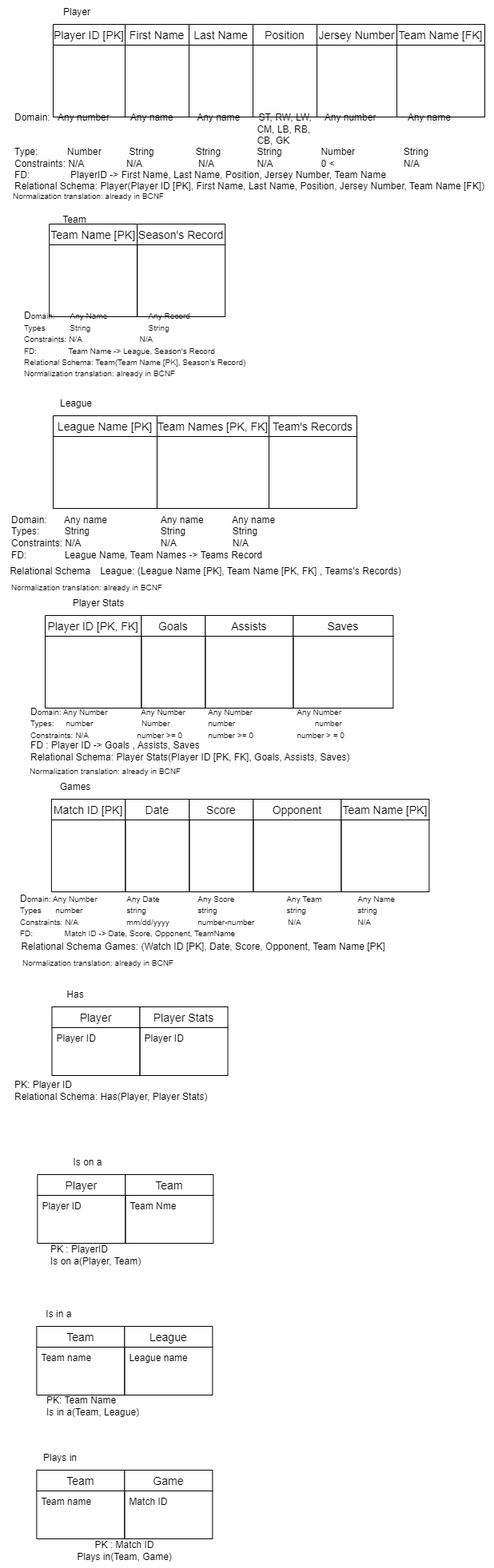
Before: Phase1/Relational Model.drawio.png, a diagram exported from draw.io (cmsc-vcu/202310-cmsc508-semester-project-cmsc508-202310-team-17). Source tidied: cells renumbered, new cells last; positions are measured from the earlier drawing's top-left corner, leaving out a move shared by most shapes.
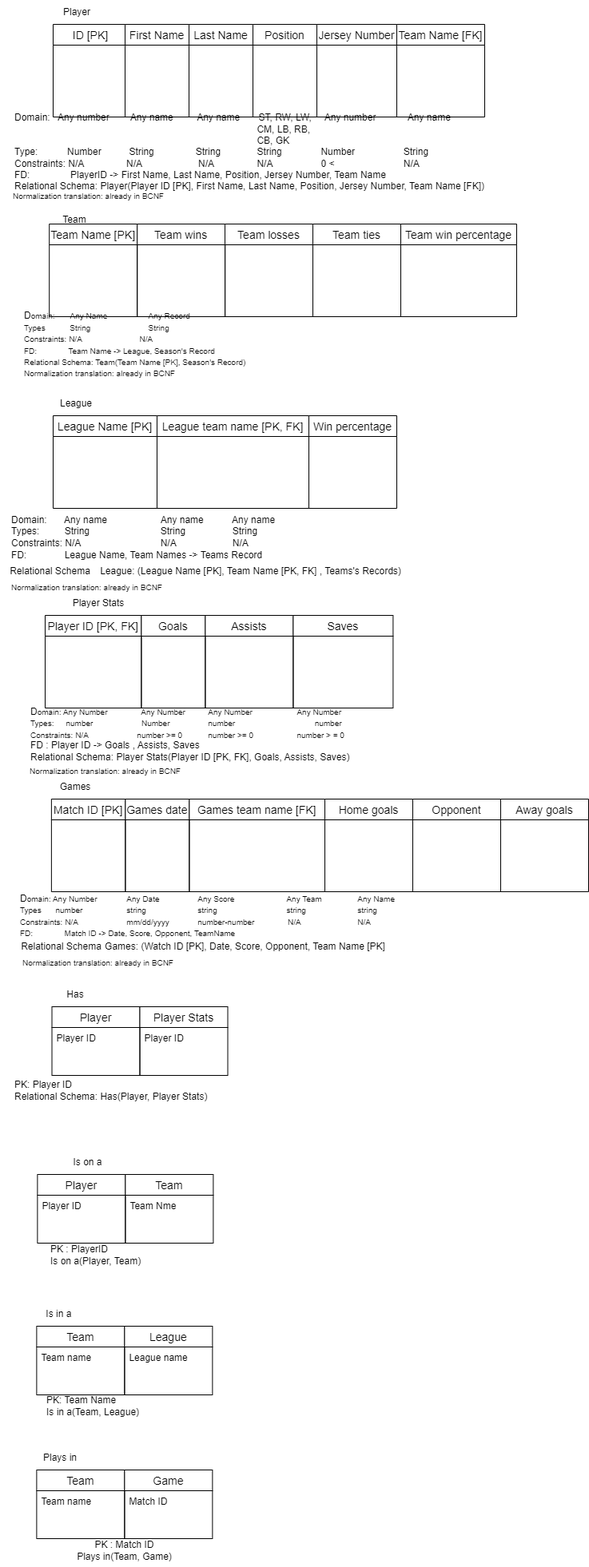
Above is the later version.

What changed in the source:
```diff
@@ -2,7 +2,7 @@
   <root>
     <mxCell id="0" />
     <mxCell id="1" parent="0" />
-    <mxCell id="2" value="Player ID [PK]" style="swimlane;fontStyle=0;horizontal=1;startSize=26;align=center;fontSize=14;" parent="1" vertex="1">
+    <mxCell id="2" value=" ID [PK]" style="swimlane;fontStyle=0;horizontal=1;startSize=26;align=center;fontSize=14;" parent="1" vertex="1">
       <mxGeometry x="66" y="30" width="90" height="116" as="geometry" />
     </mxCell>
     <mxCell id="3" value="    " style="text;strokeColor=none;fillColor=none;spacingLeft=4;spacingRight=4;overflow=hidden;fontSize=12;" parent="2" vertex="1">
@@ -89,7 +89,7 @@
     <mxCell id="30" value="    " style="text;strokeColor=none;fillColor=none;spacingLeft=4;spacingRight=4;overflow=hidden;fontSize=12;" parent="27" vertex="1">
       <mxGeometry y="86" width="110" height="30" as="geometry" />
     </mxCell>
-    <mxCell id="31" value="Season's Record" style="swimlane;fontStyle=0;horizontal=1;startSize=26;align=center;fontSize=14;" parent="1" vertex="1">
+    <mxCell id="31" value="Team wins" style="swimlane;fontStyle=0;horizontal=1;startSize=26;align=center;fontSize=14;" parent="1" vertex="1">
       <mxGeometry x="171.2" y="280" width="110" height="116" as="geometry" />
     </mxCell>
     <mxCell id="32" value="    " style="text;strokeColor=none;fillColor=none;spacingLeft=4;spacingRight=4;overflow=hidden;fontSize=12;" parent="31" vertex="1">
@@ -116,20 +116,20 @@
     <mxCell id="39" value="    " style="text;strokeColor=none;fillColor=none;spacingLeft=4;spacingRight=4;overflow=hidden;fontSize=12;" parent="36" vertex="1">
       <mxGeometry y="86" width="130" height="30" as="geometry" />
     </mxCell>
-    <mxCell id="40" value="Team Names [PK, FK]" style="swimlane;fontStyle=0;horizontal=1;startSize=26;align=center;fontSize=14;" parent="1" vertex="1">
-      <mxGeometry x="196" y="520" width="140" height="116" as="geometry" />
+    <mxCell id="40" value="League team name [PK, FK]" style="swimlane;fontStyle=0;horizontal=1;startSize=26;align=center;fontSize=14;" parent="1" vertex="1">
+      <mxGeometry x="196" y="520" width="190" height="116" as="geometry" />
     </mxCell>
     <mxCell id="41" value="    " style="text;strokeColor=none;fillColor=none;spacingLeft=4;spacingRight=4;overflow=hidden;fontSize=12;" parent="40" vertex="1">
-      <mxGeometry y="26" width="140" height="30" as="geometry" />
+      <mxGeometry y="26" width="190" height="30" as="geometry" />
     </mxCell>
     <mxCell id="42" value="    " style="text;strokeColor=none;fillColor=none;spacingLeft=4;spacingRight=4;overflow=hidden;fontSize=12;" parent="40" vertex="1">
-      <mxGeometry y="56" width="140" height="30" as="geometry" />
+      <mxGeometry y="56" width="190" height="30" as="geometry" />
     </mxCell>
     <mxCell id="43" value="    " style="text;strokeColor=none;fillColor=none;spacingLeft=4;spacingRight=4;overflow=hidden;fontSize=12;" parent="40" vertex="1">
-      <mxGeometry y="86" width="140" height="30" as="geometry" />
+      <mxGeometry y="86" width="190" height="30" as="geometry" />
     </mxCell>
-    <mxCell id="44" value="Team's Records" style="swimlane;fontStyle=0;horizontal=1;startSize=26;align=center;fontSize=14;" parent="1" vertex="1">
-      <mxGeometry x="336" y="520" width="110" height="116" as="geometry" />
+    <mxCell id="44" value="Win percentage" style="swimlane;fontStyle=0;horizontal=1;startSize=26;align=center;fontSize=14;" parent="1" vertex="1">
+      <mxGeometry x="386" y="520" width="110" height="116" as="geometry" />
     </mxCell>
     <mxCell id="45" value="    " style="text;strokeColor=none;fillColor=none;spacingLeft=4;spacingRight=4;overflow=hidden;fontSize=12;" parent="44" vertex="1">
       <mxGeometry y="26" width="110" height="30" as="geometry" />
@@ -209,7 +209,7 @@
     <mxCell id="70" value="Games" style="text;html=1;strokeColor=none;fillColor=none;align=center;verticalAlign=middle;whiteSpace=wrap;rounded=0;" parent="1" vertex="1">
       <mxGeometry x="63.9" y="970" width="60" height="30" as="geometry" />
     </mxCell>
-    <mxCell id="71" value="Date" style="swimlane;fontStyle=0;horizontal=1;startSize=26;align=center;fontSize=14;" parent="1" vertex="1">
+    <mxCell id="71" value="Games date" style="swimlane;fontStyle=0;horizontal=1;startSize=26;align=center;fontSize=14;" parent="1" vertex="1">
       <mxGeometry x="156.4" y="1000" width="80" height="116" as="geometry" />
     </mxCell>
     <mxCell id="72" value="    " style="text;strokeColor=none;fillColor=none;spacingLeft=4;spacingRight=4;overflow=hidden;fontSize=12;" parent="71" vertex="1">
@@ -221,20 +221,20 @@
     <mxCell id="74" value="    " style="text;strokeColor=none;fillColor=none;spacingLeft=4;spacingRight=4;overflow=hidden;fontSize=12;" parent="71" vertex="1">
       <mxGeometry y="86" width="80" height="30" as="geometry" />
     </mxCell>
-    <mxCell id="75" value="Score" style="swimlane;fontStyle=0;horizontal=1;startSize=26;align=center;fontSize=14;" parent="1" vertex="1">
-      <mxGeometry x="236.4" y="1000" width="80" height="116" as="geometry" />
+    <mxCell id="75" value="Games team name [FK]" style="swimlane;fontStyle=0;horizontal=1;startSize=26;align=center;fontSize=14;" parent="1" vertex="1">
+      <mxGeometry x="236.4" y="1000" width="169.6" height="116" as="geometry" />
     </mxCell>
     <mxCell id="76" value="    " style="text;strokeColor=none;fillColor=none;spacingLeft=4;spacingRight=4;overflow=hidden;fontSize=12;" parent="75" vertex="1">
-      <mxGeometry y="26" width="80" height="30" as="geometry" />
+      <mxGeometry y="26" width="169.6" height="30" as="geometry" />
     </mxCell>
     <mxCell id="77" value="    " style="text;strokeColor=none;fillColor=none;spacingLeft=4;spacingRight=4;overflow=hidden;fontSize=12;" parent="75" vertex="1">
-      <mxGeometry y="56" width="80" height="30" as="geometry" />
+      <mxGeometry y="56" width="169.6" height="30" as="geometry" />
     </mxCell>
     <mxCell id="78" value="    " style="text;strokeColor=none;fillColor=none;spacingLeft=4;spacingRight=4;overflow=hidden;fontSize=12;" parent="75" vertex="1">
-      <mxGeometry y="86" width="80" height="30" as="geometry" />
+      <mxGeometry y="86" width="169.6" height="30" as="geometry" />
     </mxCell>
-    <mxCell id="79" value="Opponent" style="swimlane;fontStyle=0;horizontal=1;startSize=26;align=center;fontSize=14;" parent="1" vertex="1">
-      <mxGeometry x="316.4" y="1000" width="110" height="116" as="geometry" />
+    <mxCell id="79" value="Home goals" style="swimlane;fontStyle=0;horizontal=1;startSize=26;align=center;fontSize=14;" parent="1" vertex="1">
+      <mxGeometry x="406" y="1000" width="110" height="116" as="geometry" />
     </mxCell>
     <mxCell id="80" value="    " style="text;strokeColor=none;fillColor=none;spacingLeft=4;spacingRight=4;overflow=hidden;fontSize=12;" parent="79" vertex="1">
       <mxGeometry y="26" width="110" height="30" as="geometry" />
@@ -266,8 +266,8 @@
     <mxCell id="89" value="FD : Player ID -&amp;gt; Goals , Assists, Saves&lt;br&gt;Relational Schema: Player Stats(Player ID [PK, FK], Goals, Assists, Saves)" style="text;html=1;align=left;verticalAlign=middle;strokeColor=none;fillColor=none;fontSize=12;" parent="1" vertex="1">
       <mxGeometry x="36" y="920" width="420" height="40" as="geometry" />
     </mxCell>
-    <mxCell id="90" value="Team Name [PK]" style="swimlane;fontStyle=0;horizontal=1;startSize=26;align=center;fontSize=14;" parent="1" vertex="1">
-      <mxGeometry x="426.4" y="1000" width="110" height="116" as="geometry" />
+    <mxCell id="90" value="Opponent" style="swimlane;fontStyle=0;horizontal=1;startSize=26;align=center;fontSize=14;" parent="1" vertex="1">
+      <mxGeometry x="516" y="1000" width="110" height="116" as="geometry" />
     </mxCell>
     <mxCell id="91" value="    " style="text;strokeColor=none;fillColor=none;spacingLeft=4;spacingRight=4;overflow=hidden;fontSize=12;" parent="90" vertex="1">
       <mxGeometry y="26" width="110" height="30" as="geometry" />
@@ -398,5 +398,53 @@
     <mxCell id="133" value="&lt;span style=&quot;font-size: x-small; text-align: left;&quot;&gt;Normalization translation: already in BCNF&lt;/span&gt;" style="text;html=1;strokeColor=none;fillColor=none;align=center;verticalAlign=middle;whiteSpace=wrap;rounded=0;" parent="1" vertex="1">
       <mxGeometry x="2.4" y="230" width="217.1" height="30" as="geometry" />
     </mxCell>
+    <mxCell id="134" value="Team losses" style="swimlane;fontStyle=0;horizontal=1;startSize=26;align=center;fontSize=14;" parent="1" vertex="1">
+      <mxGeometry x="281" y="280" width="110" height="116" as="geometry" />
+    </mxCell>
+    <mxCell id="135" value="    " style="text;strokeColor=none;fillColor=none;spacingLeft=4;spacingRight=4;overflow=hidden;fontSize=12;" parent="134" vertex="1">
+      <mxGeometry y="26" width="110" height="30" as="geometry" />
+    </mxCell>
+    <mxCell id="136" value="    " style="text;strokeColor=none;fillColor=none;spacingLeft=4;spacingRight=4;overflow=hidden;fontSize=12;" parent="134" vertex="1">
+      <mxGeometry y="56" width="110" height="30" as="geometry" />
+    </mxCell>
+    <mxCell id="137" value="    " style="text;strokeColor=none;fillColor=none;spacingLeft=4;spacingRight=4;overflow=hidden;fontSize=12;" parent="134" vertex="1">
+      <mxGeometry y="86" width="110" height="30" as="geometry" />
+    </mxCell>
+    <mxCell id="138" value="Team ties" style="swimlane;fontStyle=0;horizontal=1;startSize=26;align=center;fontSize=14;" parent="1" vertex="1">
+      <mxGeometry x="391" y="280" width="110" height="116" as="geometry" />
+    </mxCell>
+    <mxCell id="139" value="    " style="text;strokeColor=none;fillColor=none;spacingLeft=4;spacingRight=4;overflow=hidden;fontSize=12;" parent="138" vertex="1">
+      <mxGeometry y="26" width="110" height="30" as="geometry" />
+    </mxCell>
+    <mxCell id="140" value="    " style="text;strokeColor=none;fillColor=none;spacingLeft=4;spacingRight=4;overflow=hidden;fontSize=12;" parent="138" vertex="1">
+      <mxGeometry y="56" width="110" height="30" as="geometry" />
+    </mxCell>
+    <mxCell id="141" value="    " style="text;strokeColor=none;fillColor=none;spacingLeft=4;spacingRight=4;overflow=hidden;fontSize=12;" parent="138" vertex="1">
+      <mxGeometry y="86" width="110" height="30" as="geometry" />
+    </mxCell>
+    <mxCell id="142" value="Team win percentage" style="swimlane;fontStyle=0;horizontal=1;startSize=26;align=center;fontSize=14;" parent="1" vertex="1">
+      <mxGeometry x="501" y="280" width="145" height="116" as="geometry" />
+    </mxCell>
+    <mxCell id="143" value="    " style="text;strokeColor=none;fillColor=none;spacingLeft=4;spacingRight=4;overflow=hidden;fontSize=12;" parent="142" vertex="1">
+      <mxGeometry y="26" width="145" height="30" as="geometry" />
+    </mxCell>
+    <mxCell id="144" value="    " style="text;strokeColor=none;fillColor=none;spacingLeft=4;spacingRight=4;overflow=hidden;fontSize=12;" parent="142" vertex="1">
+      <mxGeometry y="56" width="145" height="30" as="geometry" />
+    </mxCell>
+    <mxCell id="145" value="    " style="text;strokeColor=none;fillColor=none;spacingLeft=4;spacingRight=4;overflow=hidden;fontSize=12;" parent="142" vertex="1">
+      <mxGeometry y="86" width="145" height="30" as="geometry" />
+    </mxCell>
+    <mxCell id="146" value="Away goals" style="swimlane;fontStyle=0;horizontal=1;startSize=26;align=center;fontSize=14;" parent="1" vertex="1">
+      <mxGeometry x="626" y="1000" width="110" height="116" as="geometry" />
+    </mxCell>
+    <mxCell id="147" value="    " style="text;strokeColor=none;fillColor=none;spacingLeft=4;spacingRight=4;overflow=hidden;fontSize=12;" parent="146" vertex="1">
+      <mxGeometry y="26" width="110" height="30" as="geometry" />
+    </mxCell>
+    <mxCell id="148" value="    " style="text;strokeColor=none;fillColor=none;spacingLeft=4;spacingRight=4;overflow=hidden;fontSize=12;" parent="146" vertex="1">
+      <mxGeometry y="56" width="110" height="30" as="geometry" />
+    </mxCell>
+    <mxCell id="149" value="    " style="text;strokeColor=none;fillColor=none;spacingLeft=4;spacingRight=4;overflow=hidden;fontSize=12;" parent="146" vertex="1">
+      <mxGeometry y="86" width="110" height="30" as="geometry" />
+    </mxCell>
   </root>
 </mxGraphModel>
```
